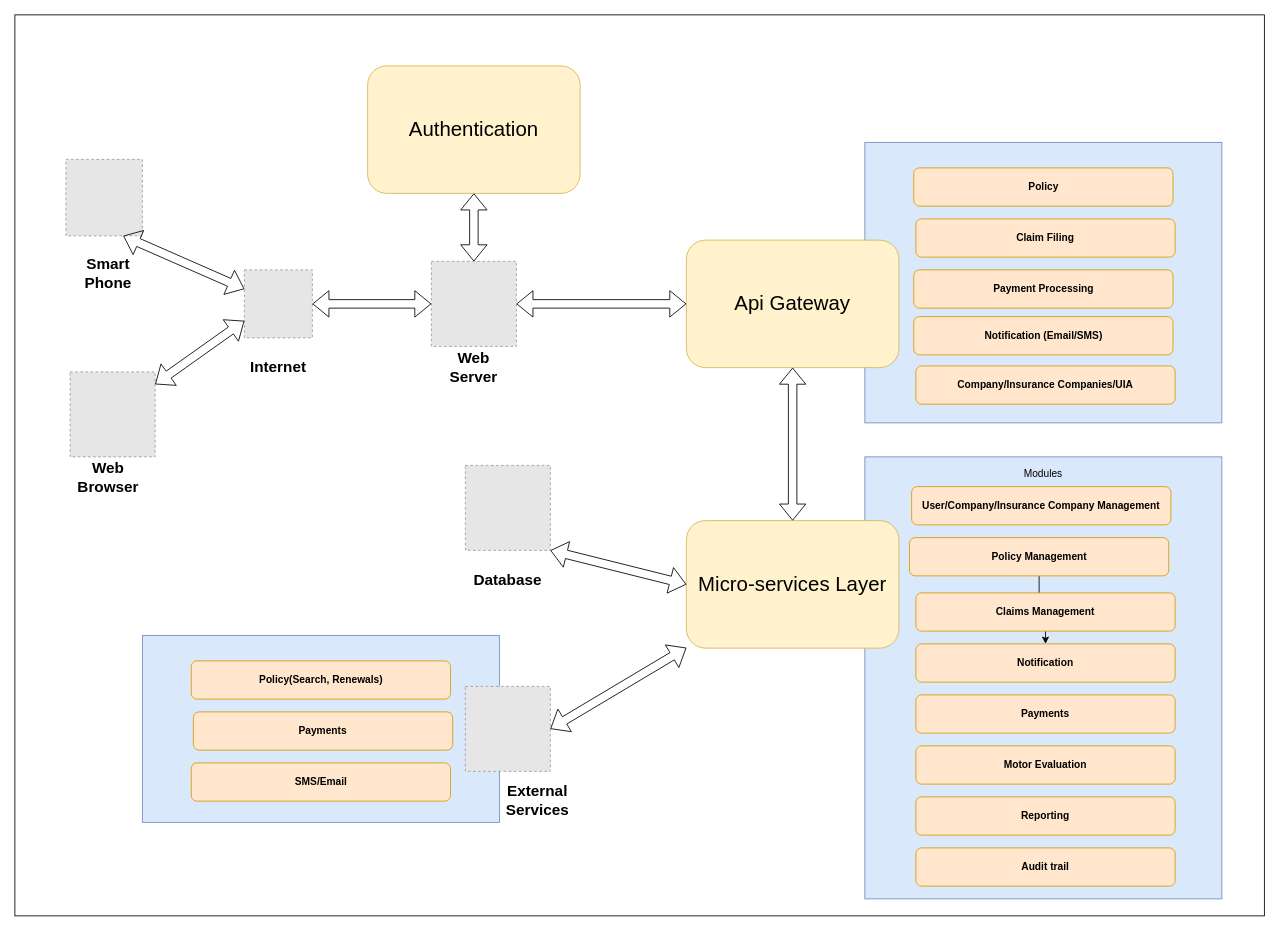
Earlier version of the draw.io diagram page "Overall System" (1 of 3) of UIA.drawio (JohnMugambi/Files). Source tidied: cells renumbered, new cells numbered last; positions are measured from the earlier drawing's top-left corner, leaving out a move shared by most shapes. Both pictures are drawn from the tidied source at 85%, with x=0, y=0 at pixel (14, 14). Pictures stored in the file or linked from it are replaced by grey dashed boxes.
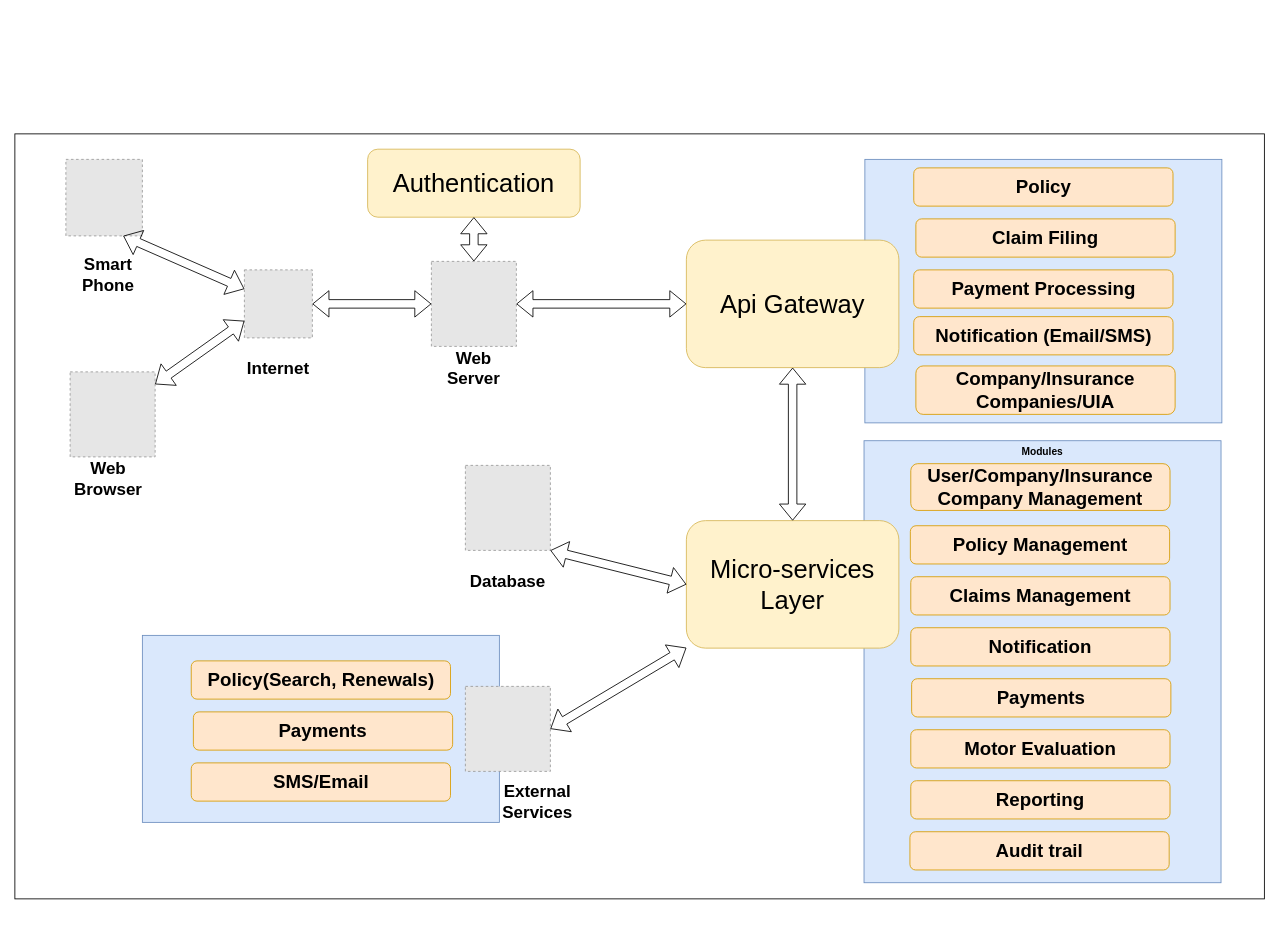
Above is the later version.

The change refers to these unchanged cells:
```xml
<mxCell id="3" style="group;" parent="1" vertex="1">
  <mxGeometry x="150" y="730" width="420" height="330" as="geometry" />
</mxCell>
<mxCell id="27" style="group;" parent="1" vertex="1">
  <mxGeometry x="1000" y="150" width="420" height="330" as="geometry" />
</mxCell>
```

Diff of the diagram source:
```diff
@@
     <mxCell id="2" style="rounded=0;whiteSpace=wrap;html=1;" parent="1" vertex="1">
-      <mxGeometry width="1470" height="1060" as="geometry" />
+      <mxGeometry y="140" width="1470" height="900" as="geometry" />
     </mxCell>
@@
-    <mxCell id="5" value="&lt;b&gt;Policy(Search, Renewals)&lt;/b&gt;" style="rounded=1;whiteSpace=wrap;html=1;fillColor=#ffe6cc;strokeColor=#d79b00;" parent="3" vertex="1">
+    <mxCell id="5" value="&lt;font style=&quot;font-size: 22px;&quot;&gt;&lt;b&gt;Policy(Search, Renewals)&lt;/b&gt;&lt;/font&gt;" style="rounded=1;whiteSpace=wrap;html=1;fillColor=#ffe6cc;strokeColor=#d79b00;" parent="3" vertex="1">
       <mxGeometry x="57.5" y="30" width="305" height="45" as="geometry" />
     </mxCell>
-    <mxCell id="6" value="&lt;b&gt;Payments&lt;/b&gt;" style="rounded=1;whiteSpace=wrap;html=1;fillColor=#ffe6cc;strokeColor=#d79b00;" parent="3" vertex="1">
+    <mxCell id="6" value="&lt;font style=&quot;font-size: 22px;&quot;&gt;&lt;b&gt;Payments&lt;/b&gt;&lt;/font&gt;" style="rounded=1;whiteSpace=wrap;html=1;fillColor=#ffe6cc;strokeColor=#d79b00;" parent="3" vertex="1">
       <mxGeometry x="60" y="90" width="305" height="45" as="geometry" />
     </mxCell>
-    <mxCell id="7" value="&lt;b&gt;SMS/Email&lt;/b&gt;" style="rounded=1;whiteSpace=wrap;html=1;fillColor=#ffe6cc;strokeColor=#d79b00;" parent="3" vertex="1">
+    <mxCell id="7" value="&lt;font style=&quot;font-size: 22px;&quot;&gt;&lt;b&gt;SMS/Email&lt;/b&gt;&lt;/font&gt;" style="rounded=1;whiteSpace=wrap;html=1;fillColor=#ffe6cc;strokeColor=#d79b00;" parent="3" vertex="1">
       <mxGeometry x="57.5" y="150" width="305" height="45" as="geometry" />
     </mxCell>
     <mxCell id="8" style="group;" parent="1" vertex="1">
-      <mxGeometry x="1000" y="520" width="420" height="520" as="geometry" />
+      <mxGeometry x="999" y="501" width="420" height="520" as="geometry" />
     </mxCell>
@@
-    <mxCell id="10" value="&lt;b&gt;User/Company/Insurance Company Management&lt;/b&gt;" style="rounded=1;whiteSpace=wrap;html=1;fillColor=#ffe6cc;strokeColor=#d79b00;" parent="8" vertex="1">
-      <mxGeometry x="55" y="35" width="305" height="45" as="geometry" />
+    <mxCell id="10" value="&lt;font style=&quot;font-size: 22px;&quot;&gt;&lt;b&gt;User/Company/Insurance Company Management&lt;/b&gt;&lt;/font&gt;" style="rounded=1;whiteSpace=wrap;html=1;fillColor=#ffe6cc;strokeColor=#d79b00;" parent="8" vertex="1">
+      <mxGeometry x="55" y="27" width="305" height="55" as="geometry" />
     </mxCell>
-    <mxCell id="11" style="edgeStyle=orthogonalEdgeStyle;rounded=0;jettySize=auto;html=1;" parent="8" edge="1" source="12" target="14">
-      <mxGeometry relative="1" as="geometry" />
-    </mxCell>
-    <mxCell id="12" value="&lt;b&gt;Policy Management&lt;/b&gt;" style="rounded=1;whiteSpace=wrap;html=1;fillColor=#ffe6cc;strokeColor=#d79b00;" parent="8" vertex="1">
-      <mxGeometry x="52.5" y="95" width="305" height="45" as="geometry" />
+    <mxCell id="12" value="&lt;font style=&quot;font-size: 22px;&quot;&gt;&lt;b&gt;Policy Management&lt;/b&gt;&lt;/font&gt;" style="rounded=1;whiteSpace=wrap;html=1;fillColor=#ffe6cc;strokeColor=#d79b00;" parent="8" vertex="1">
+      <mxGeometry x="54.5" y="100" width="305" height="45" as="geometry" />
     </mxCell>
-    <mxCell id="13" value="&lt;b&gt;Claims Management&lt;/b&gt;" style="rounded=1;whiteSpace=wrap;html=1;fillColor=#ffe6cc;strokeColor=#d79b00;" parent="8" vertex="1">
-      <mxGeometry x="60" y="160" width="305" height="45" as="geometry" />
+    <mxCell id="13" value="&lt;font style=&quot;font-size: 22px;&quot;&gt;&lt;b&gt;Claims Management&lt;/b&gt;&lt;/font&gt;" style="rounded=1;whiteSpace=wrap;html=1;fillColor=#ffe6cc;strokeColor=#d79b00;" parent="8" vertex="1">
+      <mxGeometry x="55" y="160" width="305" height="45" as="geometry" />
     </mxCell>
-    <mxCell id="14" value="&lt;b&gt;Notification&lt;/b&gt;" style="rounded=1;whiteSpace=wrap;html=1;fillColor=#ffe6cc;strokeColor=#d79b00;" parent="8" vertex="1">
-      <mxGeometry x="60" y="220" width="305" height="45" as="geometry" />
+    <mxCell id="14" value="&lt;font style=&quot;font-size: 22px;&quot;&gt;&lt;b&gt;Notification&lt;/b&gt;&lt;/font&gt;" style="rounded=1;whiteSpace=wrap;html=1;fillColor=#ffe6cc;strokeColor=#d79b00;" parent="8" vertex="1">
+      <mxGeometry x="55" y="220" width="305" height="45" as="geometry" />
     </mxCell>
-    <mxCell id="15" value="&lt;b&gt;Payments&lt;/b&gt;" style="rounded=1;whiteSpace=wrap;html=1;fillColor=#ffe6cc;strokeColor=#d79b00;" parent="8" vertex="1">
-      <mxGeometry x="60" y="280" width="305" height="45" as="geometry" />
+    <mxCell id="15" value="&lt;font style=&quot;font-size: 22px;&quot;&gt;&lt;b&gt;Payments&lt;/b&gt;&lt;/font&gt;" style="rounded=1;whiteSpace=wrap;html=1;fillColor=#ffe6cc;strokeColor=#d79b00;" parent="8" vertex="1">
+      <mxGeometry x="56" y="280" width="305" height="45" as="geometry" />
     </mxCell>
-    <mxCell id="16" value="&lt;b&gt;Motor Evaluation&lt;/b&gt;" style="rounded=1;whiteSpace=wrap;html=1;fillColor=#ffe6cc;strokeColor=#d79b00;" parent="8" vertex="1">
-      <mxGeometry x="60" y="340" width="305" height="45" as="geometry" />
+    <mxCell id="16" value="&lt;font style=&quot;font-size: 22px;&quot;&gt;&lt;b&gt;Motor Evaluation&lt;/b&gt;&lt;/font&gt;" style="rounded=1;whiteSpace=wrap;html=1;fillColor=#ffe6cc;strokeColor=#d79b00;" parent="8" vertex="1">
+      <mxGeometry x="55" y="340" width="305" height="45" as="geometry" />
     </mxCell>
-    <mxCell id="17" value="&lt;b&gt;Reporting&lt;/b&gt;" style="rounded=1;whiteSpace=wrap;html=1;fillColor=#ffe6cc;strokeColor=#d79b00;" parent="8" vertex="1">
-      <mxGeometry x="60" y="400" width="305" height="45" as="geometry" />
+    <mxCell id="17" value="&lt;font style=&quot;font-size: 22px;&quot;&gt;&lt;b&gt;Reporting&lt;/b&gt;&lt;/font&gt;" style="rounded=1;whiteSpace=wrap;html=1;fillColor=#ffe6cc;strokeColor=#d79b00;" parent="8" vertex="1">
+      <mxGeometry x="55" y="400" width="305" height="45" as="geometry" />
     </mxCell>
-    <mxCell id="18" value="&lt;b&gt;Audit trail&lt;/b&gt;" style="rounded=1;whiteSpace=wrap;html=1;fillColor=#ffe6cc;strokeColor=#d79b00;" parent="8" vertex="1">
-      <mxGeometry x="60" y="460" width="305" height="45" as="geometry" />
+    <mxCell id="18" value="&lt;font style=&quot;font-size: 22px;&quot;&gt;&lt;b&gt;Audit trail&lt;/b&gt;&lt;/font&gt;" style="rounded=1;whiteSpace=wrap;html=1;fillColor=#ffe6cc;strokeColor=#d79b00;" parent="8" vertex="1">
+      <mxGeometry x="54" y="460" width="305" height="45" as="geometry" />
     </mxCell>
-    <mxCell id="19" value="Modules" style="text;html=1;align=center;verticalAlign=middle;whiteSpace=wrap;rounded=0;" parent="8" vertex="1">
-      <mxGeometry x="110" y="5" width="200" height="30" as="geometry" />
+    <mxCell id="19" value="Modules" style="text;html=1;align=center;verticalAlign=middle;whiteSpace=wrap;rounded=0;fontStyle=1;" parent="8" vertex="1">
+      <mxGeometry x="110" y="-2" width="200" height="30" as="geometry" />
     </mxCell>
@@
-    <mxCell id="25" value="&lt;div align=&quot;center&quot;&gt;&lt;font style=&quot;font-size: 18px;&quot;&gt;&lt;b&gt;Web Browser&lt;/b&gt;&lt;br&gt;&lt;/font&gt;&lt;/div&gt;" style="text;html=1;align=center;verticalAlign=middle;whiteSpace=wrap;rounded=0;" parent="1" vertex="1">
+    <mxCell id="25" value="&lt;div style=&quot;font-size: 20px;&quot; align=&quot;center&quot;&gt;&lt;font style=&quot;font-size: 20px;&quot;&gt;&lt;b&gt;Web Browser&lt;/b&gt;&lt;br&gt;&lt;/font&gt;&lt;/div&gt;" style="text;html=1;align=center;verticalAlign=middle;whiteSpace=wrap;rounded=0;" parent="1" vertex="1">
       <mxGeometry x="60" y="530" width="100" height="30" as="geometry" />
     </mxCell>
-    <mxCell id="26" value="&lt;div&gt;&lt;font style=&quot;font-size: 24px;&quot;&gt;Micro-services Layer&lt;br&gt;&lt;/font&gt;&lt;/div&gt;" style="rounded=1;whiteSpace=wrap;html=1;fillColor=#fff2cc;strokeColor=#d6b656;" parent="1" vertex="1">
+    <mxCell id="26" value="&lt;div style=&quot;font-size: 30px;&quot;&gt;&lt;font style=&quot;font-size: 30px;&quot;&gt;Micro-services Layer&lt;br&gt;&lt;/font&gt;&lt;/div&gt;" style="rounded=1;whiteSpace=wrap;html=1;fillColor=#fff2cc;strokeColor=#d6b656;" parent="1" vertex="1">
       <mxGeometry x="790" y="595" width="250" height="150" as="geometry" />
     </mxCell>
@@
     <mxCell id="28" style="rounded=0;whiteSpace=wrap;html=1;fillColor=#dae8fc;strokeColor=#6c8ebf;" parent="27" vertex="1">
-      <mxGeometry width="420" height="330" as="geometry" />
+      <mxGeometry y="20" width="420" height="310" as="geometry" />
     </mxCell>
-    <mxCell id="29" value="&lt;b&gt;Policy&lt;br&gt;&lt;/b&gt;" style="rounded=1;whiteSpace=wrap;html=1;fillColor=#ffe6cc;strokeColor=#d79b00;" parent="27" vertex="1">
+    <mxCell id="29" value="&lt;font style=&quot;font-size: 22px;&quot;&gt;&lt;b&gt;Policy&lt;br&gt;&lt;/b&gt;&lt;/font&gt;" style="rounded=1;whiteSpace=wrap;html=1;fillColor=#ffe6cc;strokeColor=#d79b00;" parent="27" vertex="1">
       <mxGeometry x="57.5" y="30" width="305" height="45" as="geometry" />
     </mxCell>
-    <mxCell id="30" value="&lt;b&gt;Claim Filing&lt;/b&gt;" style="rounded=1;whiteSpace=wrap;html=1;fillColor=#ffe6cc;strokeColor=#d79b00;" parent="27" vertex="1">
+    <mxCell id="30" value="&lt;font style=&quot;font-size: 22px;&quot;&gt;&lt;b&gt;Claim Filing&lt;/b&gt;&lt;/font&gt;" style="rounded=1;whiteSpace=wrap;html=1;fillColor=#ffe6cc;strokeColor=#d79b00;" parent="27" vertex="1">
       <mxGeometry x="60" y="90" width="305" height="45" as="geometry" />
     </mxCell>
-    <mxCell id="31" value="&lt;b&gt;Payment Processing&lt;/b&gt;" style="rounded=1;whiteSpace=wrap;html=1;fillColor=#ffe6cc;strokeColor=#d79b00;" parent="27" vertex="1">
+    <mxCell id="31" value="&lt;font style=&quot;font-size: 22px;&quot;&gt;&lt;b&gt;Payment Processing&lt;/b&gt;&lt;/font&gt;" style="rounded=1;whiteSpace=wrap;html=1;fillColor=#ffe6cc;strokeColor=#d79b00;" parent="27" vertex="1">
       <mxGeometry x="57.5" y="150" width="305" height="45" as="geometry" />
     </mxCell>
-    <mxCell id="32" value="&lt;b&gt;Notification (Email/SMS)&lt;/b&gt;" style="rounded=1;whiteSpace=wrap;html=1;fillColor=#ffe6cc;strokeColor=#d79b00;" parent="27" vertex="1">
+    <mxCell id="32" value="&lt;font style=&quot;font-size: 22px;&quot;&gt;&lt;b&gt;Notification (Email/SMS)&lt;/b&gt;&lt;/font&gt;" style="rounded=1;whiteSpace=wrap;html=1;fillColor=#ffe6cc;strokeColor=#d79b00;" parent="27" vertex="1">
       <mxGeometry x="57.5" y="205" width="305" height="45" as="geometry" />
     </mxCell>
-    <mxCell id="33" value="&lt;b&gt;Company/Insurance Companies/UIA&lt;/b&gt;" style="rounded=1;whiteSpace=wrap;html=1;fillColor=#ffe6cc;strokeColor=#d79b00;" parent="27" vertex="1">
-      <mxGeometry x="60" y="263" width="305" height="45" as="geometry" />
+    <mxCell id="33" value="&lt;font style=&quot;font-size: 22px;&quot;&gt;&lt;b&gt;Company/Insurance Companies/UIA&lt;/b&gt;&lt;/font&gt;" style="rounded=1;whiteSpace=wrap;html=1;fillColor=#ffe6cc;strokeColor=#d79b00;" parent="27" vertex="1">
+      <mxGeometry x="60" y="263" width="305" height="57" as="geometry" />
     </mxCell>
-    <mxCell id="34" value="&lt;font style=&quot;font-size: 24px;&quot;&gt;Api Gateway&lt;br&gt;&lt;/font&gt;" style="rounded=1;whiteSpace=wrap;html=1;fillColor=#fff2cc;strokeColor=#d6b656;" parent="1" vertex="1">
+    <mxCell id="34" value="&lt;font style=&quot;font-size: 30px;&quot;&gt;Api Gateway&lt;br&gt;&lt;/font&gt;" style="rounded=1;whiteSpace=wrap;html=1;fillColor=#fff2cc;strokeColor=#d6b656;" parent="1" vertex="1">
       <mxGeometry x="790" y="265" width="250" height="150" as="geometry" />
     </mxCell>
-    <mxCell id="35" value="&lt;div align=&quot;center&quot;&gt;&lt;font style=&quot;font-size: 18px;&quot;&gt;&lt;b&gt;Smart Phone&lt;/b&gt;&lt;br&gt;&lt;/font&gt;&lt;/div&gt;" style="text;html=1;align=center;verticalAlign=middle;whiteSpace=wrap;rounded=0;" parent="1" vertex="1">
+    <mxCell id="35" value="&lt;div align=&quot;center&quot; style=&quot;font-size: 20px;&quot;&gt;&lt;font style=&quot;font-size: 20px;&quot;&gt;&lt;b style=&quot;font-size: 20px;&quot;&gt;Smart Phone&lt;/b&gt;&lt;br style=&quot;font-size: 20px;&quot;&gt;&lt;/font&gt;&lt;/div&gt;" style="text;html=1;align=center;verticalAlign=middle;whiteSpace=wrap;rounded=0;fontSize=20;" parent="1" vertex="1">
       <mxGeometry x="60" y="290" width="100" height="30" as="geometry" />
     </mxCell>
-    <mxCell id="36" value="&lt;div align=&quot;center&quot;&gt;&lt;font style=&quot;font-size: 18px;&quot;&gt;&lt;b&gt;Internet&lt;/b&gt;&lt;/font&gt;&lt;/div&gt;" style="text;html=1;align=center;verticalAlign=middle;whiteSpace=wrap;rounded=0;" parent="1" vertex="1">
+    <mxCell id="36" value="&lt;div style=&quot;font-size: 20px;&quot; align=&quot;center&quot;&gt;&lt;font style=&quot;font-size: 20px;&quot;&gt;&lt;b style=&quot;font-size: 20px;&quot;&gt;Internet&lt;/b&gt;&lt;/font&gt;&lt;/div&gt;" style="text;html=1;align=center;verticalAlign=middle;whiteSpace=wrap;rounded=0;fontSize=20;" parent="1" vertex="1">
       <mxGeometry x="260" y="400" width="100" height="30" as="geometry" />
     </mxCell>
-    <mxCell id="37" value="&lt;div align=&quot;center&quot;&gt;&lt;font style=&quot;font-size: 18px;&quot;&gt;&lt;b&gt;Web Server&lt;/b&gt;&lt;/font&gt;&lt;/div&gt;" style="text;html=1;align=center;verticalAlign=middle;whiteSpace=wrap;rounded=0;" parent="1" vertex="1">
+    <mxCell id="37" value="&lt;div align=&quot;center&quot; style=&quot;font-size: 20px;&quot;&gt;&lt;font style=&quot;font-size: 20px;&quot;&gt;&lt;b style=&quot;font-size: 20px;&quot;&gt;Web Server&lt;/b&gt;&lt;/font&gt;&lt;/div&gt;" style="text;html=1;align=center;verticalAlign=middle;whiteSpace=wrap;rounded=0;fontSize=20;" parent="1" vertex="1">
       <mxGeometry x="490" y="400" width="100" height="30" as="geometry" />
     </mxCell>
-    <mxCell id="38" value="&lt;div align=&quot;center&quot;&gt;&lt;font style=&quot;font-size: 18px;&quot;&gt;&lt;b&gt;Database&lt;br&gt;&lt;/b&gt;&lt;/font&gt;&lt;/div&gt;" style="text;html=1;align=center;verticalAlign=middle;whiteSpace=wrap;rounded=0;" parent="1" vertex="1">
+    <mxCell id="38" value="&lt;div style=&quot;font-size: 20px;&quot; align=&quot;center&quot;&gt;&lt;font style=&quot;font-size: 20px;&quot;&gt;&lt;b style=&quot;font-size: 20px;&quot;&gt;Database&lt;br style=&quot;font-size: 20px;&quot;&gt;&lt;/b&gt;&lt;/font&gt;&lt;/div&gt;" style="text;html=1;align=center;verticalAlign=middle;whiteSpace=wrap;rounded=0;fontSize=20;" parent="1" vertex="1">
       <mxGeometry x="530" y="650" width="100" height="30" as="geometry" />
     </mxCell>
-    <mxCell id="39" value="&lt;font style=&quot;font-size: 24px;&quot;&gt;Authentication&lt;br&gt;&lt;/font&gt;" style="rounded=1;whiteSpace=wrap;html=1;fillColor=#fff2cc;strokeColor=#d6b656;" parent="1" vertex="1">
-      <mxGeometry x="415" y="60" width="250" height="150" as="geometry" />
+    <mxCell id="39" value="&lt;font style=&quot;font-size: 30px;&quot;&gt;Authentication&lt;br&gt;&lt;/font&gt;" style="rounded=1;whiteSpace=wrap;html=1;fillColor=#fff2cc;strokeColor=#d6b656;" parent="1" vertex="1">
+      <mxGeometry x="415" y="158" width="250" height="80" as="geometry" />
     </mxCell>
@@
-    <mxCell id="49" value="&lt;div align=&quot;center&quot;&gt;&lt;font style=&quot;font-size: 18px;&quot;&gt;&lt;b&gt;External Services&lt;br&gt;&lt;/b&gt;&lt;/font&gt;&lt;/div&gt;" style="text;html=1;align=center;verticalAlign=middle;whiteSpace=wrap;rounded=0;" parent="1" vertex="1">
+    <mxCell id="49" value="&lt;div style=&quot;font-size: 20px;&quot; align=&quot;center&quot;&gt;&lt;font style=&quot;font-size: 20px;&quot;&gt;&lt;b style=&quot;font-size: 20px;&quot;&gt;External Services&lt;br style=&quot;font-size: 20px;&quot;&gt;&lt;/b&gt;&lt;/font&gt;&lt;/div&gt;" style="text;html=1;align=center;verticalAlign=middle;whiteSpace=wrap;rounded=0;fontSize=20;" parent="1" vertex="1">
       <mxGeometry x="565" y="910" width="100" height="30" as="geometry" />
     </mxCell>
```
